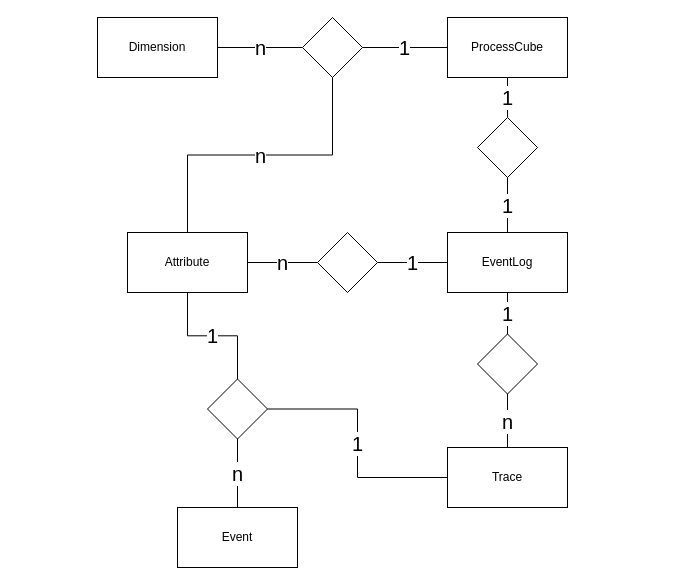
Earlier version of the draw.io diagram diagrams/er-diag.drawio (ngtom/PCubes-PADS2019). Source tidied: cells renumbered, new cells numbered last; positions are measured from the earlier drawing's top-left corner, leaving out a move shared by most shapes. Both pictures are drawn from the tidied source at 100%, with x=0, y=0 at pixel (97, 17).
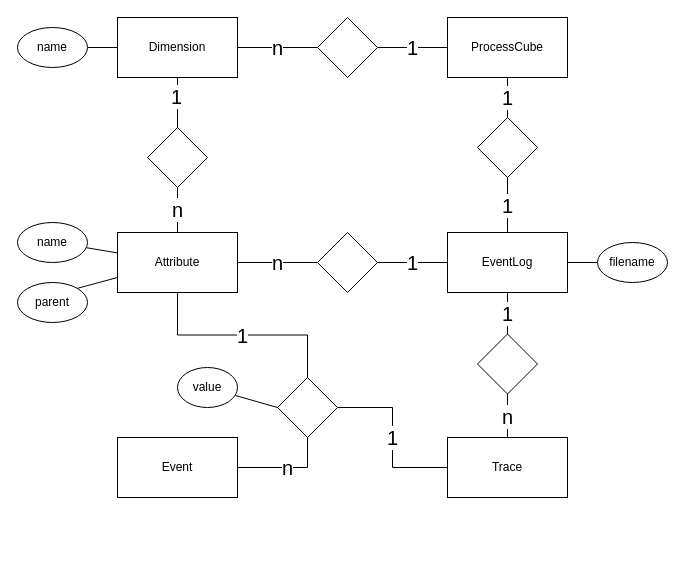
The same diagram, later.

Unchanged cells that the change refers to:
```xml
<mxCell id="2" value="EventLog" style="rounded=0;whiteSpace=wrap;html=1;" parent="1" vertex="1">
  <mxGeometry x="350" y="215" width="120" height="60" as="geometry" />
</mxCell>
```

The edit, as a diff of the source:
```diff
@@
-    <mxCell id="3" value="n" style="edgeStyle=orthogonalEdgeStyle;rounded=0;jettySize=auto;html=1;exitX=0.5;exitY=0;exitDx=0;exitDy=0;endArrow=none;endFill=0;fontSize=20;entryX=0.5;entryY=1;entryDx=0;entryDy=0;" parent="1" edge="1" source="4" target="24">
+    <mxCell id="3" value="n" style="edgeStyle=orthogonalEdgeStyle;rounded=0;jettySize=auto;html=1;exitX=0.5;exitY=0;exitDx=0;exitDy=0;entryX=0.5;entryY=1;entryDx=0;entryDy=0;endArrow=none;endFill=0;fontSize=20;" parent="1" edge="1" source="4" target="31">
       <mxGeometry relative="1" as="geometry" />
     </mxCell>
     <mxCell id="4" value="Attribute" style="rounded=0;whiteSpace=wrap;html=1;" parent="1" vertex="1">
-      <mxGeometry x="30" y="215" width="120" height="60" as="geometry" />
+      <mxGeometry x="20" y="215" width="120" height="60" as="geometry" />
     </mxCell>
@@
     <mxCell id="6" value="Dimension&lt;br&gt;" style="rounded=0;whiteSpace=wrap;html=1;" parent="1" vertex="1">
-      <mxGeometry width="120" height="60" as="geometry" />
+      <mxGeometry x="20" width="120" height="60" as="geometry" />
     </mxCell>
     <mxCell id="7" value="Event" style="rounded=0;whiteSpace=wrap;html=1;" parent="1" vertex="1">
-      <mxGeometry x="80" y="490" width="120" height="60" as="geometry" />
+      <mxGeometry x="20" y="420" width="120" height="60" as="geometry" />
     </mxCell>
     <mxCell id="8" value="Trace" style="rounded=0;whiteSpace=wrap;html=1;" parent="1" vertex="1">
-      <mxGeometry x="350" y="430" width="120" height="60" as="geometry" />
+      <mxGeometry x="350" y="420" width="120" height="60" as="geometry" />
     </mxCell>
@@
-    <mxCell id="10" value="n" style="edgeStyle=orthogonalEdgeStyle;rounded=0;jettySize=auto;html=1;exitX=0.5;exitY=1;exitDx=0;exitDy=0;entryX=0.5;entryY=0;entryDx=0;entryDy=0;endArrow=none;endFill=0;fontSize=20;" parent="1" edge="1" source="11" target="7">
+    <mxCell id="10" value="n" style="edgeStyle=orthogonalEdgeStyle;rounded=0;jettySize=auto;html=1;exitX=0.5;exitY=1;exitDx=0;exitDy=0;entryX=1;entryY=0.5;entryDx=0;entryDy=0;endArrow=none;endFill=0;fontSize=20;" parent="1" edge="1" source="11" target="7">
       <mxGeometry relative="1" as="geometry" />
     </mxCell>
     <mxCell id="11" style="rhombus;whiteSpace=wrap;html=1;" parent="1" vertex="1">
-      <mxGeometry x="110" y="361.5" width="60" height="60" as="geometry" />
+      <mxGeometry x="180" y="360" width="60" height="60" as="geometry" />
     </mxCell>
@@
     <mxCell id="24" style="rhombus;whiteSpace=wrap;html=1;" parent="1" vertex="1">
-      <mxGeometry x="205" width="60" height="60" as="geometry" />
+      <mxGeometry x="220" width="60" height="60" as="geometry" />
     </mxCell>
@@
+    <mxCell id="27" style="rounded=0;jettySize=auto;html=1;entryX=0;entryY=0.5;entryDx=0;entryDy=0;endArrow=none;endFill=0;" parent="1" edge="1" source="28" target="11">
+      <mxGeometry relative="1" as="geometry" />
+    </mxCell>
+    <mxCell id="28" value="value" style="ellipse;whiteSpace=wrap;html=1;" parent="1" vertex="1">
+      <mxGeometry x="80" y="350" width="60" height="40" as="geometry" />
+    </mxCell>
+    <mxCell id="29" style="edgeStyle=orthogonalEdgeStyle;rounded=0;jettySize=auto;html=1;endArrow=none;endFill=0;" parent="1" edge="1" source="31" target="6">
+      <mxGeometry relative="1" as="geometry" />
+    </mxCell>
+    <mxCell id="30" value="1" style="text;html=1;align=center;verticalAlign=middle;labelBackgroundColor=#ffffff;fontSize=20;" parent="29" vertex="1">
+      <mxGeometry x="0.27" y="2" relative="1" as="geometry" />
+    </mxCell>
+    <mxCell id="31" style="rhombus;whiteSpace=wrap;html=1;" parent="1" vertex="1">
+      <mxGeometry x="50" y="110" width="60" height="60" as="geometry" />
+    </mxCell>
+    <mxCell id="32" style="rounded=0;jettySize=auto;html=1;entryX=1;entryY=0.5;entryDx=0;entryDy=0;endArrow=none;endFill=0;fontSize=20;" parent="1" edge="1" source="33" target="2">
+      <mxGeometry relative="1" as="geometry" />
+    </mxCell>
+    <mxCell id="33" value="filename" style="ellipse;whiteSpace=wrap;html=1;fontSize=12;" parent="1" vertex="1">
+      <mxGeometry x="500" y="225" width="70" height="40" as="geometry" />
+    </mxCell>
+    <mxCell id="34" style="edgeStyle=orthogonalEdgeStyle;rounded=0;jettySize=auto;html=1;endArrow=none;endFill=0;fontSize=12;" parent="1" edge="1" source="35" target="6">
+      <mxGeometry relative="1" as="geometry" />
+    </mxCell>
+    <mxCell id="35" value="name" style="ellipse;whiteSpace=wrap;html=1;fontSize=12;" parent="1" vertex="1">
+      <mxGeometry x="-80" y="10" width="70" height="40" as="geometry" />
+    </mxCell>
+    <mxCell id="36" style="rounded=0;jettySize=auto;html=1;exitX=1;exitY=0;exitDx=0;exitDy=0;entryX=0;entryY=0.75;entryDx=0;entryDy=0;endArrow=none;endFill=0;fontSize=12;" parent="1" edge="1" source="37" target="4">
+      <mxGeometry relative="1" as="geometry" />
+    </mxCell>
+    <mxCell id="37" value="parent" style="ellipse;whiteSpace=wrap;html=1;fontSize=12;" parent="1" vertex="1">
+      <mxGeometry x="-80" y="265" width="70" height="40" as="geometry" />
+    </mxCell>
+    <mxCell id="38" style="edgeStyle=none;rounded=0;jettySize=auto;html=1;endArrow=none;endFill=0;fontSize=12;" parent="1" edge="1" source="39" target="4">
+      <mxGeometry relative="1" as="geometry" />
+    </mxCell>
+    <mxCell id="39" value="name" style="ellipse;whiteSpace=wrap;html=1;fontSize=12;" parent="1" vertex="1">
+      <mxGeometry x="-80" y="205" width="70" height="40" as="geometry" />
+    </mxCell>
```
